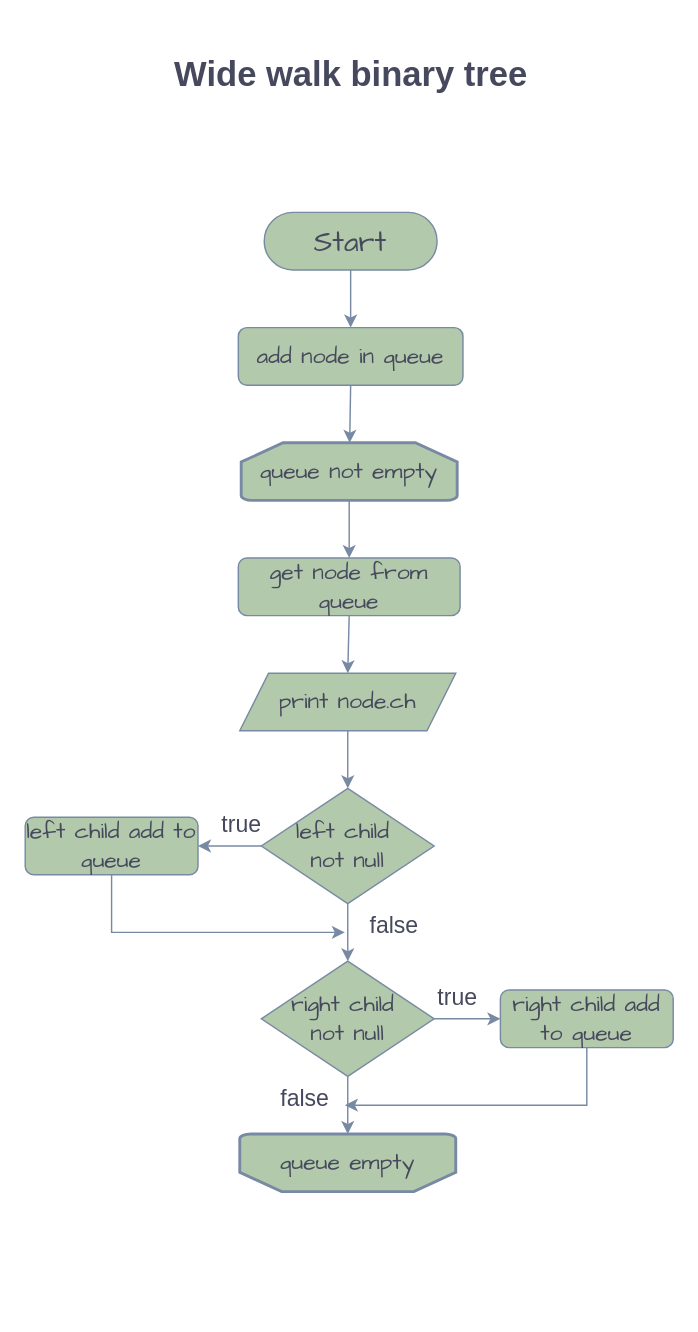
This is src/main/java/ch_02/wide_walk.drawio from SichniyAndriy/Avada_Task-8_Algorithms, a draw.io file, before an edit. Source tidied: cells renumbered, new cells numbered last; positions are measured from the earlier drawing's top-left corner, leaving out a move shared by most shapes. Both pictures are drawn from the tidied source at 144%, with x=0, y=0 at pixel (24, 24).
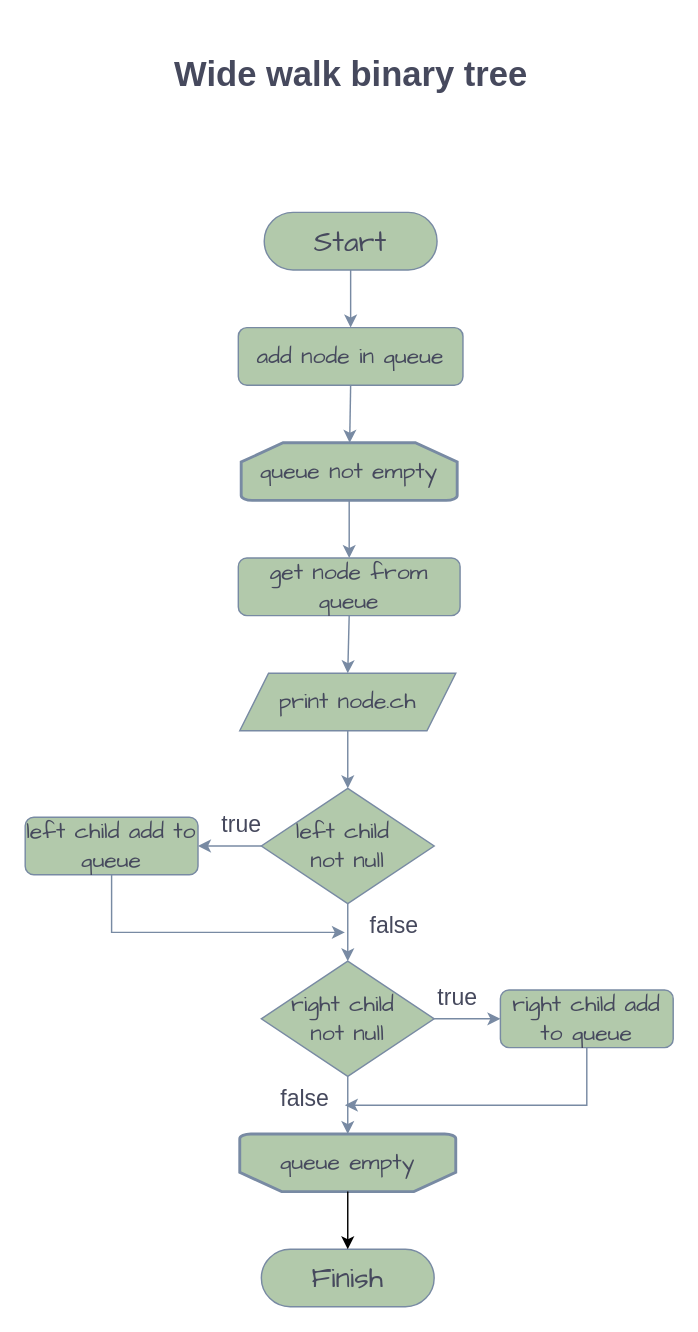
The same page after the edit.

Commit message (it also covers changes not shown here):
add lombok dependency and diagram fixes

The change refers to these unchanged cells:
```xml
<mxCell id="7" value="queue empty" style="strokeWidth=2;html=1;shape=mxgraph.flowchart.loop_limit;whiteSpace=wrap;strokeColor=#788AA3;fontColor=#46495D;fillColor=#B2C9AB;fontSize=16;fontFamily=Comic Sans MS;flipV=1;" parent="1" vertex="1">
  <mxGeometry x="149" y="770" width="150" height="40" as="geometry" />
</mxCell>
```

The edit, as a diff of the source:
```diff
@@
+    <mxCell id="28" value="Finish" style="rounded=1;whiteSpace=wrap;html=1;strokeColor=#788AA3;fontColor=#46495D;fillColor=#B2C9AB;fontSize=20;arcSize=50;fontFamily=Comic Sans MS;" parent="1" vertex="1">
+      <mxGeometry x="164" y="850" width="120" height="40" as="geometry" />
+    </mxCell>
+    <mxCell id="29" style="endArrow=classic;html=1;rounded=0;exitX=0.5;exitY=0;exitDx=0;exitDy=0;exitPerimeter=0;" parent="1" edge="1" source="7" target="28">
+      <mxGeometry relative="1" as="geometry" />
+    </mxCell>
```
